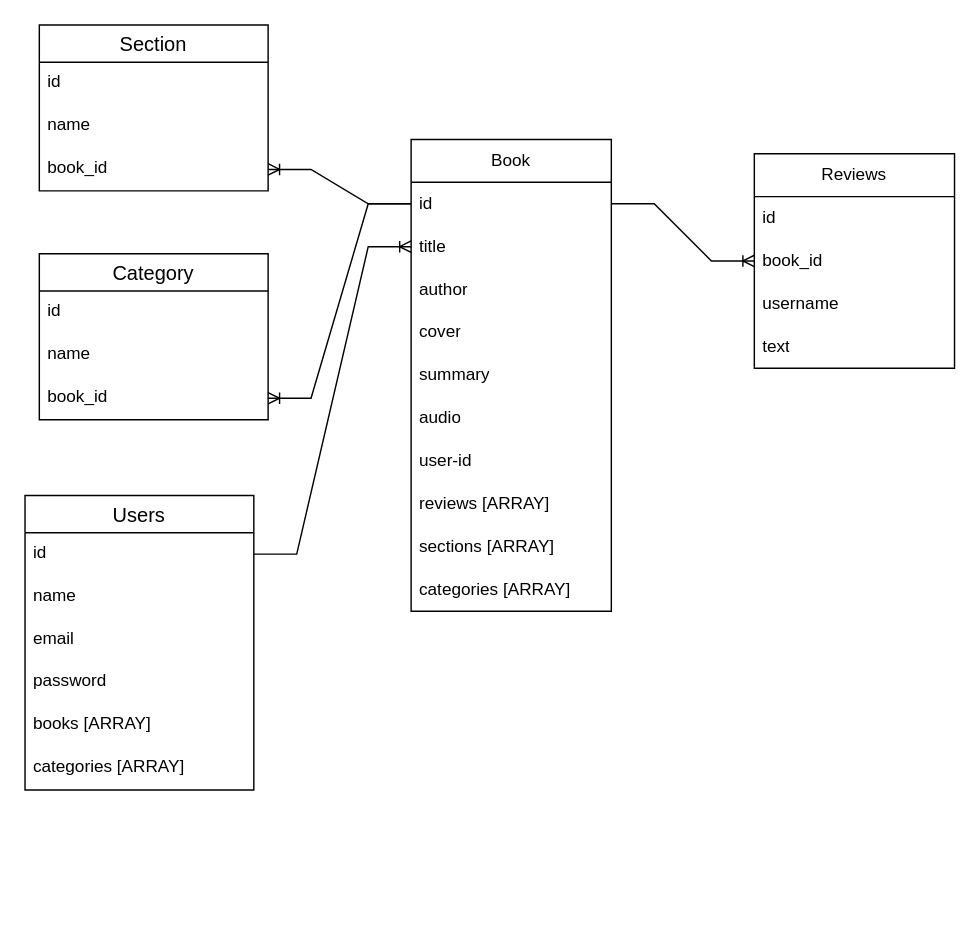
The draw.io diagram server/diagramms/1.drawio in makrenka/Audiobooks-bel, before the edit. Source tidied: cells renumbered, new cells numbered last; positions are measured from the earlier drawing's top-left corner, leaving out a move shared by most shapes. Both pictures are drawn from the tidied source at 143%, with x=0, y=0 at pixel (24, 24).
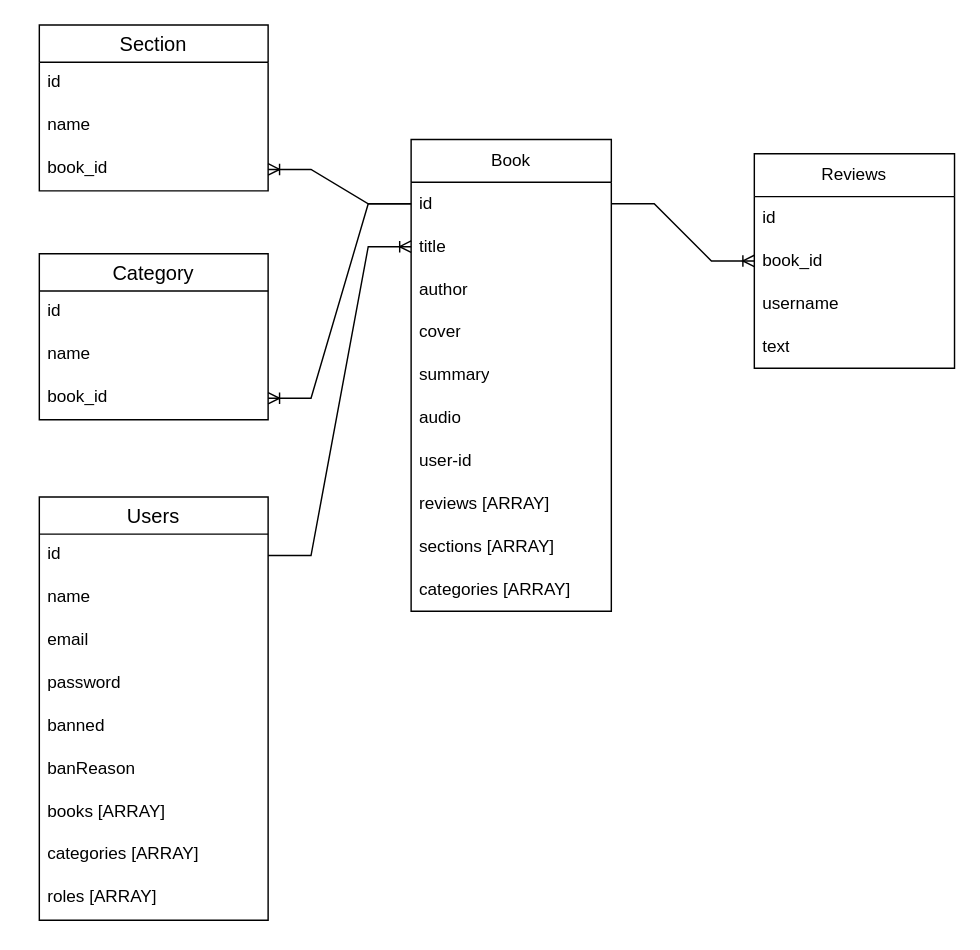
The same diagram, later.

The edit, as a diff of the source:
```diff
@@
     <mxCell id="19" value="Users" style="swimlane;fontStyle=0;horizontal=1;startSize=26;align=center;fontSize=14;" parent="1" vertex="1">
-      <mxGeometry y="329" width="160" height="206" as="geometry" />
+      <mxGeometry x="10" y="330" width="160" height="296" as="geometry" />
     </mxCell>
@@
+    <mxCell id="37" value="banned" style="text;strokeColor=none;fillColor=none;spacingLeft=4;spacingRight=4;overflow=hidden;fontSize=12;whiteSpace=wrap;html=1;" parent="19" vertex="1">
+      <mxGeometry y="146" width="160" height="30" as="geometry" />
+    </mxCell>
+    <mxCell id="38" value="banReason" style="text;strokeColor=none;fillColor=none;spacingLeft=4;spacingRight=4;overflow=hidden;fontSize=12;whiteSpace=wrap;html=1;" parent="19" vertex="1">
+      <mxGeometry y="176" width="160" height="30" as="geometry" />
+    </mxCell>
     <mxCell id="24" value="books [ARRAY]" style="text;strokeColor=none;fillColor=none;spacingLeft=4;spacingRight=4;overflow=hidden;fontSize=12;whiteSpace=wrap;html=1;" parent="19" vertex="1">
-      <mxGeometry y="146" width="160" height="30" as="geometry" />
+      <mxGeometry y="206" width="160" height="30" as="geometry" />
     </mxCell>
     <mxCell id="25" value="categories [ARRAY]" style="text;strokeColor=none;fillColor=none;spacingLeft=4;spacingRight=4;overflow=hidden;fontSize=12;whiteSpace=wrap;html=1;" parent="19" vertex="1">
-      <mxGeometry y="176" width="160" height="30" as="geometry" />
+      <mxGeometry y="236" width="160" height="30" as="geometry" />
     </mxCell>
+    <mxCell id="39" value="roles [ARRAY]" style="text;strokeColor=none;fillColor=none;spacingLeft=4;spacingRight=4;overflow=hidden;fontSize=12;whiteSpace=wrap;html=1;" parent="19" vertex="1">
+      <mxGeometry y="266" width="160" height="30" as="geometry" />
+    </mxCell>
```
